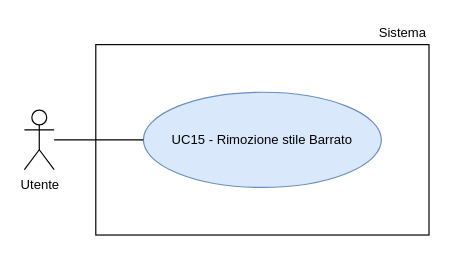
This is RTB/doc_esterna/analisi-dei-requisiti/assets/draw.io/UC15.drawio from thebitless-group-swe/thebitless.github.io, a draw.io file, before an edit. Source tidied: cells renumbered, new cells numbered last; positions are measured from the earlier drawing's top-left corner, leaving out a move shared by most shapes. Both pictures are drawn from the tidied source at 119%, with x=0, y=0 at pixel (24, 20).
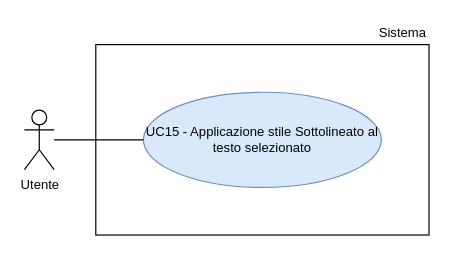
The same page after the edit.

Change to the diagram source:
```diff
@@
 <mxGraphModel>
   <root>
     <mxCell id="0" />
     <mxCell id="1" parent="0" />
     <mxCell id="2" value="Utente" style="shape=umlActor;verticalLabelPosition=bottom;verticalAlign=top;html=1;outlineConnect=0;fontSize=11;" parent="1" vertex="1">
       <mxGeometry y="75" width="25" height="50" as="geometry" />
     </mxCell>
     <mxCell id="3" style="rounded=0;whiteSpace=wrap;html=1;strokeWidth=1;" parent="1" vertex="1">
       <mxGeometry x="60" y="20" width="280" height="160" as="geometry" />
     </mxCell>
     <mxCell id="4" value="Sistema" style="text;html=1;whiteSpace=wrap;strokeColor=none;fillColor=none;align=right;verticalAlign=middle;fontSize=11;" parent="1" vertex="1">
       <mxGeometry x="270" width="70" height="20" as="geometry" />
     </mxCell>
-    <mxCell id="5" value="UC15 - Rimozione stile Barrato" style="ellipse;whiteSpace=wrap;html=1;fillColor=#dae8fc;strokeColor=#6c8ebf;fontSize=11;" parent="1" vertex="1">
+    <mxCell id="5" value="UC15 - Applicazione stile Sottolineato al testo selezionato" style="ellipse;whiteSpace=wrap;html=1;fillColor=#dae8fc;strokeColor=#6c8ebf;fontSize=11;" parent="1" vertex="1">
       <mxGeometry x="100" y="60" width="200" height="80" as="geometry" />
     </mxCell>
     <mxCell id="6" style="edgeStyle=none;rounded=0;jettySize=auto;html=1;endArrow=none;endFill=0;" parent="1" edge="1" source="2" target="5">
       <mxGeometry relative="1" as="geometry" />
     </mxCell>
   </root>
 </mxGraphModel>
```
